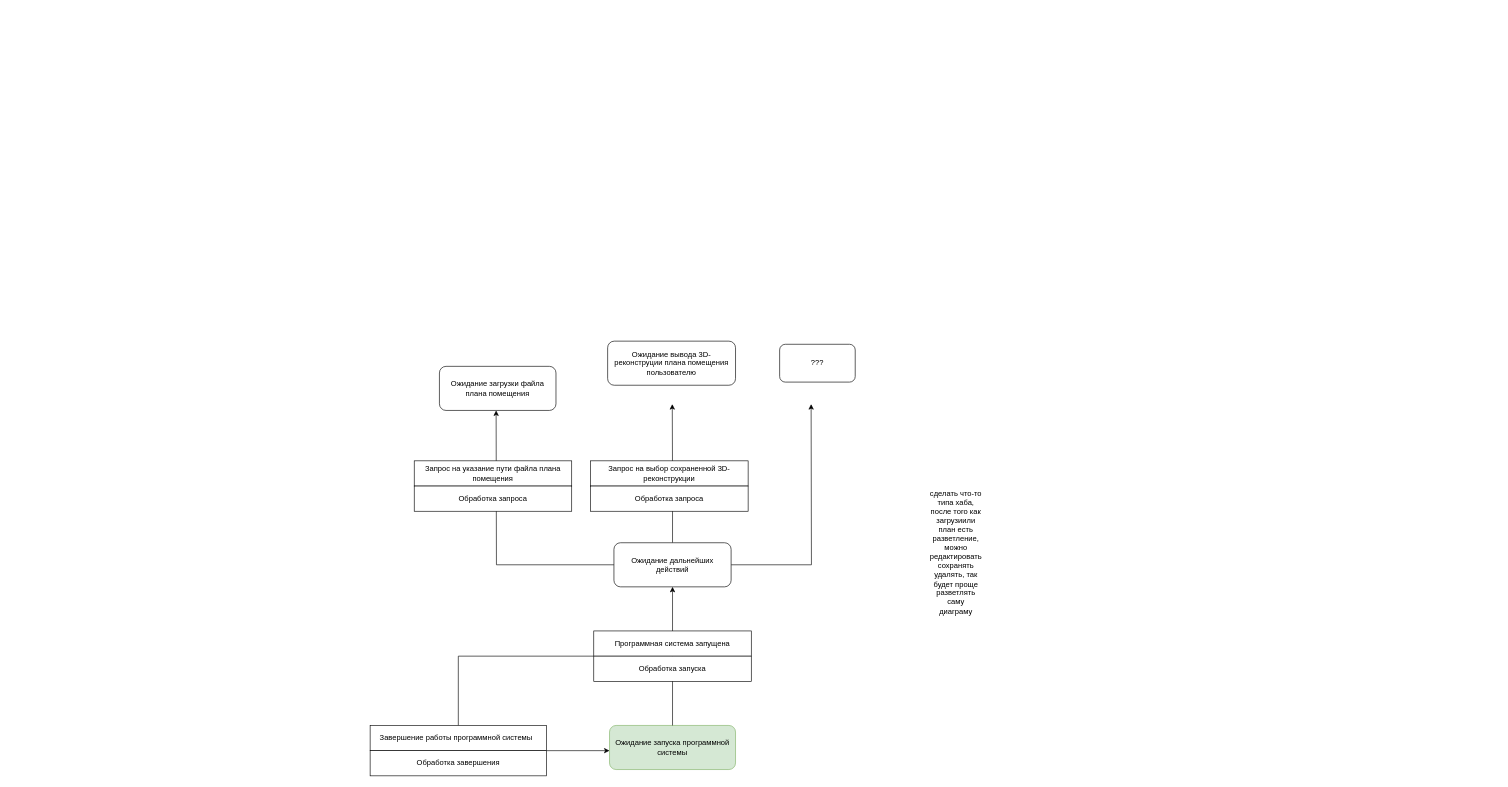
Before: sost_v_sost.drawio in kapec2303/kartinka, a draw.io diagram. Source tidied: cells renumbered, new cells numbered last; positions are measured from the earlier drawing's top-left corner, leaving out a move shared by most shapes. Both pictures are drawn from the tidied source at 63%, with x=0, y=0 at pixel (370, 341).
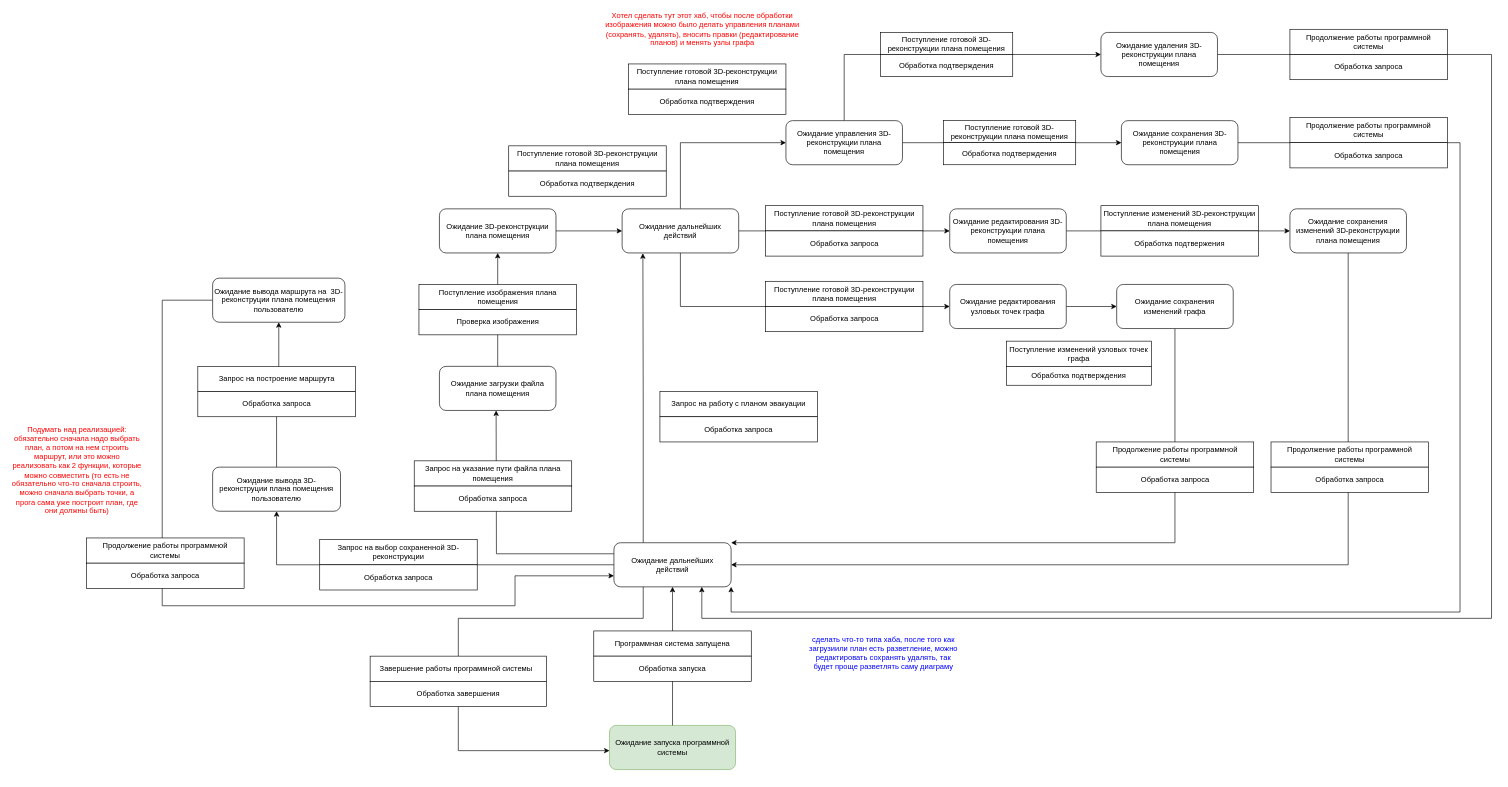
After the change.

Unchanged cells that the change refers to:
```xml
<mxCell id="7" value="Ожидание дальнейших действий" style="rounded=1;whiteSpace=wrap;html=1;" parent="1" vertex="1">
  <mxGeometry x="387" y="320" width="186" height="70" as="geometry" />
</mxCell>
<mxCell id="12" value="Ожидание загрузки файла плана помещения" style="rounded=1;whiteSpace=wrap;html=1;" parent="1" vertex="1">
  <mxGeometry x="110" y="40" width="185" height="70" as="geometry" />
</mxCell>
<mxCell id="13" value="Программная система запущена" style="rounded=0;whiteSpace=wrap;html=1;" parent="1" vertex="1">
  <mxGeometry x="355" y="460" width="250" height="40" as="geometry" />
</mxCell>
```

Change to the diagram source:
```diff
@@
-    <mxCell id="3" style="edgeStyle=orthogonalEdgeStyle;rounded=0;jettySize=auto;html=1;exitX=0;exitY=1;exitDx=0;exitDy=0;entryX=0.5;entryY=0;entryDx=0;entryDy=0;endArrow=none;endFill=0;" parent="1" edge="1" source="13" target="8">
+    <mxCell id="3" style="edgeStyle=orthogonalEdgeStyle;rounded=0;jettySize=auto;html=1;exitX=0.25;exitY=1;exitDx=0;exitDy=0;entryX=0.5;entryY=0;entryDx=0;entryDy=0;endArrow=none;endFill=0;" parent="1" edge="1" source="7" target="8">
       <mxGeometry relative="1" as="geometry">
         <Array as="points">
-          <mxPoint x="140" y="500" />
+          <mxPoint x="434" y="440" />
+          <mxPoint x="140" y="440" />
         </Array>
       </mxGeometry>
     </mxCell>
-    <mxCell id="4" style="edgeStyle=orthogonalEdgeStyle;rounded=0;jettySize=auto;html=1;exitX=0;exitY=0.5;exitDx=0;exitDy=0;" parent="1" edge="1" source="7">
+    <mxCell id="4" style="edgeStyle=orthogonalEdgeStyle;rounded=0;jettySize=auto;html=1;exitX=0;exitY=0.25;exitDx=0;exitDy=0;" parent="1" edge="1" source="7">
       <mxGeometry relative="1" as="geometry">
         <mxPoint x="200" y="110" as="targetPoint" />
       </mxGeometry>
     </mxCell>
-    <mxCell id="5" style="edgeStyle=orthogonalEdgeStyle;rounded=0;jettySize=auto;html=1;exitX=0.5;exitY=0;exitDx=0;exitDy=0;" parent="1" edge="1" source="7">
-      <mxGeometry relative="1" as="geometry">
-        <mxPoint x="479.6" y="100" as="targetPoint" />
-      </mxGeometry>
-    </mxCell>
-    <mxCell id="6" style="edgeStyle=orthogonalEdgeStyle;rounded=0;jettySize=auto;html=1;exitX=1;exitY=0.5;exitDx=0;exitDy=0;" parent="1" edge="1" source="7">
-      <mxGeometry relative="1" as="geometry">
-        <mxPoint x="700" y="100" as="targetPoint" />
-      </mxGeometry>
-    </mxCell>
+    <mxCell id="22" style="edgeStyle=orthogonalEdgeStyle;rounded=0;jettySize=auto;html=1;exitX=0;exitY=0.5;exitDx=0;exitDy=0;entryX=0.5;entryY=1;entryDx=0;entryDy=0;" parent="1" edge="1" source="7" target="15">
+      <mxGeometry relative="1" as="geometry" />
+    </mxCell>
+    <mxCell id="23" style="edgeStyle=orthogonalEdgeStyle;rounded=0;jettySize=auto;html=1;exitX=0.25;exitY=0;exitDx=0;exitDy=0;entryX=0.178;entryY=1.008;entryDx=0;entryDy=0;entryPerimeter=0;" parent="1" edge="1" source="7" target="33">
+      <mxGeometry relative="1" as="geometry">
+        <Array as="points">
+          <mxPoint x="434" y="90" />
+          <mxPoint x="433" y="90" />
+        </Array>
+      </mxGeometry>
+    </mxCell>
@@
     <mxCell id="8" value="Завершение работы программной системы&amp;nbsp;&amp;nbsp;" style="rounded=0;whiteSpace=wrap;html=1;" parent="1" vertex="1">
-      <mxGeometry y="610" width="280" height="40" as="geometry" />
+      <mxGeometry y="500" width="280" height="40" as="geometry" />
     </mxCell>
-    <mxCell id="9" style="edgeStyle=orthogonalEdgeStyle;rounded=0;jettySize=auto;html=1;exitX=1;exitY=0;exitDx=0;exitDy=0;" parent="1" edge="1" source="10">
+    <mxCell id="9" style="edgeStyle=orthogonalEdgeStyle;rounded=0;jettySize=auto;html=1;exitX=0.5;exitY=1;exitDx=0;exitDy=0;" parent="1" edge="1" source="10">
       <mxGeometry relative="1" as="geometry">
         <mxPoint x="380" y="650" as="targetPoint" />
         <Array as="points">
-          <mxPoint x="380" y="650" />
+          <mxPoint x="140" y="650" />
         </Array>
       </mxGeometry>
     </mxCell>
     <mxCell id="10" value="Обработка завершения" style="rounded=0;whiteSpace=wrap;html=1;" parent="1" vertex="1">
-      <mxGeometry y="650" width="280" height="40" as="geometry" />
+      <mxGeometry y="540" width="280" height="40" as="geometry" />
     </mxCell>
@@
+    <mxCell id="24" style="edgeStyle=orthogonalEdgeStyle;rounded=0;jettySize=auto;html=1;" parent="1" edge="1" source="12" target="27">
+      <mxGeometry relative="1" as="geometry" />
+    </mxCell>
@@
+    <mxCell id="25" style="edgeStyle=orthogonalEdgeStyle;rounded=0;jettySize=auto;html=1;" parent="1" edge="1" source="15" target="77">
+      <mxGeometry relative="1" as="geometry" />
+    </mxCell>
     <mxCell id="15" value="Ожидание вывода 3D-реконструции плана помещения пользователю" style="rounded=1;whiteSpace=wrap;html=1;" parent="1" vertex="1">
-      <mxGeometry x="377" width="203" height="70" as="geometry" />
+      <mxGeometry x="-250" y="200" width="203" height="70" as="geometry" />
     </mxCell>
-    <mxCell id="16" value="???" style="rounded=1;whiteSpace=wrap;html=1;" parent="1" vertex="1">
-      <mxGeometry x="650" y="5" width="120" height="60" as="geometry" />
-    </mxCell>
@@
     <mxCell id="19" value="Запрос на выбор сохраненной 3D-реконструкции" style="rounded=0;whiteSpace=wrap;html=1;" parent="1" vertex="1">
-      <mxGeometry x="350" y="190" width="250" height="40" as="geometry" />
+      <mxGeometry x="-80" y="315" width="250" height="40" as="geometry" />
     </mxCell>
     <mxCell id="20" value="Обработка запроса" style="rounded=0;whiteSpace=wrap;html=1;" parent="1" vertex="1">
-      <mxGeometry x="350" y="230" width="250" height="40" as="geometry" />
+      <mxGeometry x="-80" y="355" width="250" height="40" as="geometry" />
     </mxCell>
-    <mxCell id="21" value="сделать что-то типа хаба, после того как загрузиили план есть разветление, можно редактировать сохранять удалять, так будет проще разветлять саму диаграму" style="text;html=1;whiteSpace=wrap;strokeColor=none;fillColor=none;align=center;verticalAlign=middle;rounded=0;" parent="1" vertex="1">
-      <mxGeometry x="900" y="320" width="60" height="30" as="geometry" />
+    <mxCell id="21" value="&lt;font style=&quot;color: rgb(0, 0, 255);&quot;&gt;сделать что-то типа хаба, после того как загрузиили план есть разветление, можно редактировать сохранять удалять, так будет проще разветлять саму диаграму&lt;/font&gt;" style="text;html=1;whiteSpace=wrap;strokeColor=none;fillColor=none;align=center;verticalAlign=middle;rounded=0;" parent="1" vertex="1">
+      <mxGeometry x="690" y="480" width="250" height="30" as="geometry" />
     </mxCell>
+    <mxCell id="26" style="edgeStyle=orthogonalEdgeStyle;rounded=0;jettySize=auto;html=1;exitX=1;exitY=0.5;exitDx=0;exitDy=0;" parent="1" edge="1" source="27">
+      <mxGeometry relative="1" as="geometry">
+        <mxPoint x="400" y="-175" as="targetPoint" />
+      </mxGeometry>
+    </mxCell>
+    <mxCell id="27" value="Ожидание 3D-реконструкции плана помещения" style="rounded=1;whiteSpace=wrap;html=1;" parent="1" vertex="1">
+      <mxGeometry x="110" y="-210" width="185" height="70" as="geometry" />
+    </mxCell>
+    <mxCell id="28" value="Поступление изображения плана помещения" style="rounded=0;whiteSpace=wrap;html=1;" parent="1" vertex="1">
+      <mxGeometry x="77.5" y="-90" width="250" height="40" as="geometry" />
+    </mxCell>
+    <mxCell id="29" value="Проверка изображения" style="rounded=0;whiteSpace=wrap;html=1;" parent="1" vertex="1">
+      <mxGeometry x="77.5" y="-50" width="250" height="40" as="geometry" />
+    </mxCell>
+    <mxCell id="30" style="edgeStyle=orthogonalEdgeStyle;rounded=0;jettySize=auto;html=1;exitX=0.5;exitY=0;exitDx=0;exitDy=0;entryX=0;entryY=0.5;entryDx=0;entryDy=0;" parent="1" edge="1" source="33" target="38">
+      <mxGeometry relative="1" as="geometry" />
+    </mxCell>
+    <mxCell id="31" style="edgeStyle=orthogonalEdgeStyle;rounded=0;jettySize=auto;html=1;" parent="1" edge="1" source="33" target="42">
+      <mxGeometry relative="1" as="geometry" />
+    </mxCell>
+    <mxCell id="32" style="edgeStyle=orthogonalEdgeStyle;rounded=0;jettySize=auto;html=1;exitX=0.5;exitY=1;exitDx=0;exitDy=0;entryX=0;entryY=0.5;entryDx=0;entryDy=0;" parent="1" edge="1" source="33" target="45">
+      <mxGeometry relative="1" as="geometry" />
+    </mxCell>
+    <mxCell id="33" value="Ожидание дальнейших действий" style="rounded=1;whiteSpace=wrap;html=1;" parent="1" vertex="1">
+      <mxGeometry x="400" y="-210" width="185" height="70" as="geometry" />
+    </mxCell>
+    <mxCell id="34" value="Поступление готовой 3D-реконструкции плана помещения" style="rounded=0;whiteSpace=wrap;html=1;" parent="1" vertex="1">
+      <mxGeometry x="220" y="-310" width="250" height="40" as="geometry" />
+    </mxCell>
+    <mxCell id="35" value="Обработка подтверждения" style="rounded=0;whiteSpace=wrap;html=1;" parent="1" vertex="1">
+      <mxGeometry x="220" y="-270" width="250" height="40" as="geometry" />
+    </mxCell>
+    <mxCell id="36" style="edgeStyle=orthogonalEdgeStyle;rounded=0;jettySize=auto;html=1;" parent="1" edge="1" source="38" target="57">
+      <mxGeometry relative="1" as="geometry" />
+    </mxCell>
+    <mxCell id="37" style="edgeStyle=orthogonalEdgeStyle;rounded=0;jettySize=auto;html=1;entryX=0;entryY=0.5;entryDx=0;entryDy=0;exitX=0.5;exitY=0;exitDx=0;exitDy=0;" parent="1" edge="1" source="38" target="59">
+      <mxGeometry relative="1" as="geometry" />
+    </mxCell>
+    <mxCell id="38" value="Ожидание управления 3D-реконструкции плана помещения" style="rounded=1;whiteSpace=wrap;html=1;" parent="1" vertex="1">
+      <mxGeometry x="660" y="-350" width="185" height="70" as="geometry" />
+    </mxCell>
+    <mxCell id="39" value="Поступление готовой 3D-реконструкции плана помещения" style="rounded=0;whiteSpace=wrap;html=1;" parent="1" vertex="1">
+      <mxGeometry x="410" y="-440" width="250" height="40" as="geometry" />
+    </mxCell>
+    <mxCell id="40" value="Обработка подтверждения" style="rounded=0;whiteSpace=wrap;html=1;" parent="1" vertex="1">
+      <mxGeometry x="410" y="-400" width="250" height="40" as="geometry" />
+    </mxCell>
+    <mxCell id="41" style="edgeStyle=orthogonalEdgeStyle;rounded=0;jettySize=auto;html=1;exitX=1;exitY=0.5;exitDx=0;exitDy=0;entryX=0;entryY=0.5;entryDx=0;entryDy=0;" parent="1" edge="1" source="42" target="51">
+      <mxGeometry relative="1" as="geometry" />
+    </mxCell>
+    <mxCell id="42" value="Ожидание редактирования 3D-реконструкции плана помещения" style="rounded=1;whiteSpace=wrap;html=1;" parent="1" vertex="1">
+      <mxGeometry x="920" y="-210" width="185" height="70" as="geometry" />
+    </mxCell>
+    <mxCell id="43" value="&lt;font style=&quot;color: rgb(255, 0, 0);&quot;&gt;Хотел сделать тут этот хаб, чтобы после обработки изображения можно было делать управления планами (сохранять, удалять), вносить правки (редактирование планов) и менять узлы графа&lt;/font&gt;" style="text;html=1;whiteSpace=wrap;strokeColor=none;fillColor=none;align=center;verticalAlign=middle;rounded=0;" parent="1" vertex="1">
+      <mxGeometry x="370" y="-510" width="315" height="30" as="geometry" />
+    </mxCell>
+    <mxCell id="44" style="edgeStyle=orthogonalEdgeStyle;rounded=0;jettySize=auto;html=1;" parent="1" edge="1" source="45" target="69">
+      <mxGeometry relative="1" as="geometry" />
+    </mxCell>
+    <mxCell id="45" value="Ожидание редактирования узловых точек графа" style="rounded=1;whiteSpace=wrap;html=1;" parent="1" vertex="1">
+      <mxGeometry x="920" y="-90" width="185" height="70" as="geometry" />
+    </mxCell>
+    <mxCell id="46" value="Поступление готовой 3D-реконструкции плана помещения" style="rounded=0;whiteSpace=wrap;html=1;" parent="1" vertex="1">
+      <mxGeometry x="627.5" y="-215" width="250" height="40" as="geometry" />
+    </mxCell>
+    <mxCell id="47" value="Обработка запроса" style="rounded=0;whiteSpace=wrap;html=1;" parent="1" vertex="1">
+      <mxGeometry x="627.5" y="-175" width="250" height="40" as="geometry" />
+    </mxCell>
+    <mxCell id="48" value="Поступление готовой 3D-реконструкции плана помещения" style="rounded=0;whiteSpace=wrap;html=1;" parent="1" vertex="1">
+      <mxGeometry x="627.5" y="-95" width="250" height="40" as="geometry" />
+    </mxCell>
+    <mxCell id="49" value="Обработка запроса" style="rounded=0;whiteSpace=wrap;html=1;" parent="1" vertex="1">
+      <mxGeometry x="627.5" y="-55" width="250" height="40" as="geometry" />
+    </mxCell>
+    <mxCell id="50" style="edgeStyle=orthogonalEdgeStyle;rounded=0;jettySize=auto;html=1;exitX=0.5;exitY=1;exitDx=0;exitDy=0;entryX=1;entryY=0.5;entryDx=0;entryDy=0;" parent="1" edge="1" source="51" target="7">
+      <mxGeometry relative="1" as="geometry" />
+    </mxCell>
+    <mxCell id="51" value="Ожидание сохранения изменений 3D-реконструкции плана помещения" style="rounded=1;whiteSpace=wrap;html=1;" parent="1" vertex="1">
+      <mxGeometry x="1460" y="-210" width="185" height="70" as="geometry" />
+    </mxCell>
+    <mxCell id="52" value="Поступление изменений 3D-реконструкции плана помещения" style="rounded=0;whiteSpace=wrap;html=1;" parent="1" vertex="1">
+      <mxGeometry x="1160" y="-215" width="250" height="40" as="geometry" />
+    </mxCell>
+    <mxCell id="53" value="Обработка подтвержения" style="rounded=0;whiteSpace=wrap;html=1;" parent="1" vertex="1">
+      <mxGeometry x="1160" y="-175" width="250" height="40" as="geometry" />
+    </mxCell>
+    <mxCell id="54" value="Продолжение работы программной системы" style="rounded=0;whiteSpace=wrap;html=1;" parent="1" vertex="1">
+      <mxGeometry x="1430" y="160" width="250" height="40" as="geometry" />
+    </mxCell>
+    <mxCell id="55" value="Обработка запроса" style="rounded=0;whiteSpace=wrap;html=1;" parent="1" vertex="1">
+      <mxGeometry x="1430" y="200" width="250" height="40" as="geometry" />
+    </mxCell>
+    <mxCell id="56" style="edgeStyle=orthogonalEdgeStyle;rounded=0;jettySize=auto;html=1;exitX=1;exitY=0.5;exitDx=0;exitDy=0;entryX=1;entryY=1;entryDx=0;entryDy=0;" parent="1" edge="1" source="57" target="7">
+      <mxGeometry relative="1" as="geometry">
+        <Array as="points">
+          <mxPoint x="1730" y="-315" />
+          <mxPoint x="1730" y="430" />
+          <mxPoint x="573" y="430" />
+        </Array>
+      </mxGeometry>
+    </mxCell>
+    <mxCell id="57" value="Ожидание сохранения 3D-реконструкции плана помещения" style="rounded=1;whiteSpace=wrap;html=1;" parent="1" vertex="1">
+      <mxGeometry x="1192.5" y="-350" width="185" height="70" as="geometry" />
+    </mxCell>
+    <mxCell id="58" style="edgeStyle=orthogonalEdgeStyle;rounded=0;jettySize=auto;html=1;exitX=1;exitY=0.5;exitDx=0;exitDy=0;entryX=0.75;entryY=1;entryDx=0;entryDy=0;" parent="1" edge="1" source="59" target="7">
+      <mxGeometry relative="1" as="geometry">
+        <Array as="points">
+          <mxPoint x="1780" y="-455" />
+          <mxPoint x="1780" y="440" />
+          <mxPoint x="526" y="440" />
+        </Array>
+      </mxGeometry>
+    </mxCell>
+    <mxCell id="59" value="Ожидание удаления 3D-реконструкции плана помещения" style="rounded=1;whiteSpace=wrap;html=1;" parent="1" vertex="1">
+      <mxGeometry x="1160" y="-490" width="185" height="70" as="geometry" />
+    </mxCell>
+    <mxCell id="60" value="Продолжение работы программной системы" style="rounded=0;whiteSpace=wrap;html=1;" parent="1" vertex="1">
+      <mxGeometry x="1460" y="-495" width="250" height="40" as="geometry" />
+    </mxCell>
+    <mxCell id="61" value="Обработка запроса" style="rounded=0;whiteSpace=wrap;html=1;" parent="1" vertex="1">
+      <mxGeometry x="1460" y="-455" width="250" height="40" as="geometry" />
+    </mxCell>
+    <mxCell id="62" value="Продолжение работы программной системы" style="rounded=0;whiteSpace=wrap;html=1;" parent="1" vertex="1">
+      <mxGeometry x="1460" y="-355" width="250" height="40" as="geometry" />
+    </mxCell>
+    <mxCell id="63" value="Обработка запроса" style="rounded=0;whiteSpace=wrap;html=1;" parent="1" vertex="1">
+      <mxGeometry x="1460" y="-315" width="250" height="40" as="geometry" />
+    </mxCell>
+    <mxCell id="64" value="Поступление готовой 3D-реконструкции плана помещения" style="rounded=0;whiteSpace=wrap;html=1;" parent="1" vertex="1">
+      <mxGeometry x="910" y="-350" width="210" height="35" as="geometry" />
+    </mxCell>
+    <mxCell id="65" value="Обработка подтверждения" style="rounded=0;whiteSpace=wrap;html=1;" parent="1" vertex="1">
+      <mxGeometry x="910" y="-315" width="210" height="35" as="geometry" />
+    </mxCell>
+    <mxCell id="66" value="Поступление готовой 3D-реконструкции плана помещения" style="rounded=0;whiteSpace=wrap;html=1;" parent="1" vertex="1">
+      <mxGeometry x="810" y="-490" width="210" height="35" as="geometry" />
+    </mxCell>
+    <mxCell id="67" value="Обработка подтверждения" style="rounded=0;whiteSpace=wrap;html=1;" parent="1" vertex="1">
+      <mxGeometry x="810" y="-455" width="210" height="35" as="geometry" />
+    </mxCell>
+    <mxCell id="68" style="edgeStyle=orthogonalEdgeStyle;rounded=0;jettySize=auto;html=1;exitX=0.5;exitY=1;exitDx=0;exitDy=0;entryX=1;entryY=0;entryDx=0;entryDy=0;" parent="1" edge="1" source="69" target="7">
+      <mxGeometry relative="1" as="geometry">
+        <Array as="points">
+          <mxPoint x="1278" y="320" />
+        </Array>
+      </mxGeometry>
+    </mxCell>
+    <mxCell id="69" value="Ожидание сохранения изменений графа" style="rounded=1;whiteSpace=wrap;html=1;" parent="1" vertex="1">
+      <mxGeometry x="1185" y="-90" width="185" height="70" as="geometry" />
+    </mxCell>
+    <mxCell id="70" value="Продолжение работы программной системы" style="rounded=0;whiteSpace=wrap;html=1;" parent="1" vertex="1">
+      <mxGeometry x="1152.5" y="160" width="250" height="40" as="geometry" />
+    </mxCell>
+    <mxCell id="71" value="Обработка запроса" style="rounded=0;whiteSpace=wrap;html=1;" parent="1" vertex="1">
+      <mxGeometry x="1152.5" y="200" width="250" height="40" as="geometry" />
+    </mxCell>
+    <mxCell id="72" value="Поступление изменений узловых точек графа" style="rounded=0;whiteSpace=wrap;html=1;" parent="1" vertex="1">
+      <mxGeometry x="1010" width="230" height="40" as="geometry" />
+    </mxCell>
+    <mxCell id="73" value="Обработка подтверждения" style="rounded=0;whiteSpace=wrap;html=1;" parent="1" vertex="1">
+      <mxGeometry x="1010" y="40" width="230" height="30" as="geometry" />
+    </mxCell>
+    <mxCell id="74" value="Запрос на работу с планом эвакуации" style="rounded=0;whiteSpace=wrap;html=1;" parent="1" vertex="1">
+      <mxGeometry x="460" y="80" width="250" height="40" as="geometry" />
+    </mxCell>
+    <mxCell id="75" value="Обработка запроса" style="rounded=0;whiteSpace=wrap;html=1;" parent="1" vertex="1">
+      <mxGeometry x="460" y="120" width="250" height="40" as="geometry" />
+    </mxCell>
+    <mxCell id="76" style="edgeStyle=orthogonalEdgeStyle;rounded=0;jettySize=auto;html=1;exitX=0;exitY=0.5;exitDx=0;exitDy=0;entryX=0;entryY=0.75;entryDx=0;entryDy=0;" parent="1" edge="1" source="77" target="7">
+      <mxGeometry relative="1" as="geometry">
+        <Array as="points">
+          <mxPoint x="-330" y="-65" />
+          <mxPoint x="-330" y="420" />
+          <mxPoint x="230" y="420" />
+          <mxPoint x="230" y="373" />
+        </Array>
+      </mxGeometry>
+    </mxCell>
+    <mxCell id="77" value="Ожидание вывода маршрута на&amp;nbsp; 3D-реконструции плана помещения пользователю" style="rounded=1;whiteSpace=wrap;html=1;" parent="1" vertex="1">
+      <mxGeometry x="-250" y="-100" width="210" height="70" as="geometry" />
+    </mxCell>
+    <mxCell id="78" value="Запрос на построение маршрута" style="rounded=0;whiteSpace=wrap;html=1;" parent="1" vertex="1">
+      <mxGeometry x="-273.5" y="40" width="250" height="40" as="geometry" />
+    </mxCell>
+    <mxCell id="79" value="Обработка запроса" style="rounded=0;whiteSpace=wrap;html=1;" parent="1" vertex="1">
+      <mxGeometry x="-273.5" y="80" width="250" height="40" as="geometry" />
+    </mxCell>
+    <mxCell id="80" value="Продолжение работы программной системы" style="rounded=0;whiteSpace=wrap;html=1;" parent="1" vertex="1">
+      <mxGeometry x="-450" y="312.4" width="250" height="40" as="geometry" />
+    </mxCell>
+    <mxCell id="81" value="Обработка запроса" style="rounded=0;whiteSpace=wrap;html=1;" parent="1" vertex="1">
+      <mxGeometry x="-450" y="352.4" width="250" height="40" as="geometry" />
+    </mxCell>
+    <mxCell id="82" value="&lt;font style=&quot;color: rgb(255, 0, 0);&quot;&gt;Подумать над реализацией: обязательно сначала надо выбрать план, а потом на нем строить маршрут, или это можно реализовать как 2 функции, которые можно совместить (то есть не обязательно что-то сначала строить, можно сначала выбрать точки, а прога сама уже построит план, где они должны быть)&lt;/font&gt;" style="text;html=1;whiteSpace=wrap;strokeColor=none;fillColor=none;align=center;verticalAlign=middle;rounded=0;" parent="1" vertex="1">
+      <mxGeometry x="-570" y="190" width="210" height="30" as="geometry" />
+    </mxCell>
```
